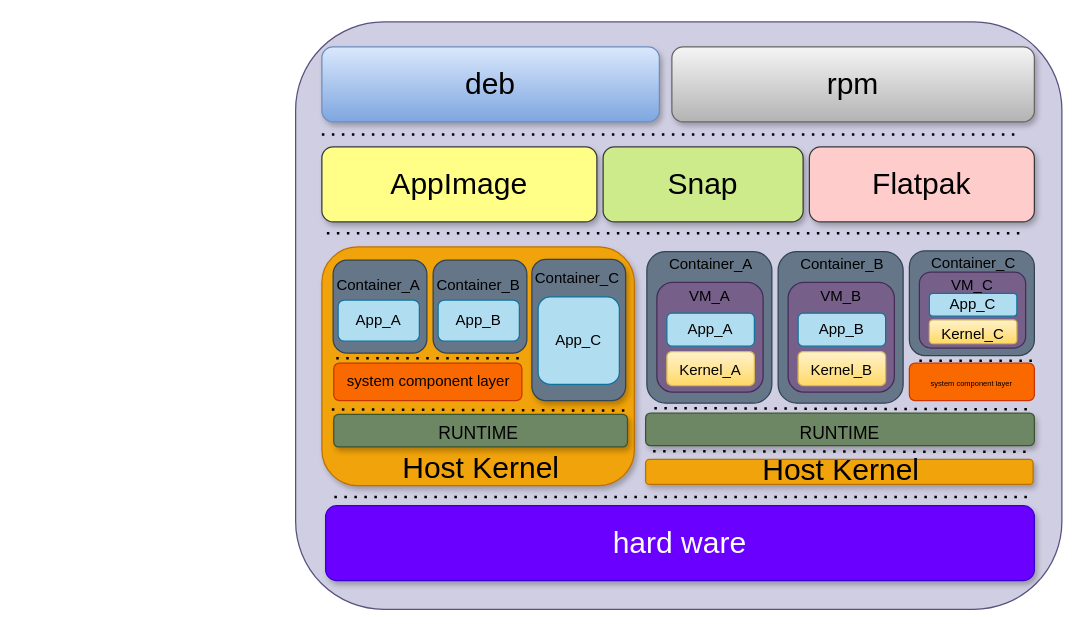
Earlier version of the draw.io diagram appcomparch.drawio (Doorer/draw.io-1). Source tidied: cells renumbered, new cells numbered last; positions are measured from the earlier drawing's top-left corner, leaving out a move shared by most shapes. Both pictures are drawn from the tidied source at 125%, with x=0, y=0 at pixel (295, 21).
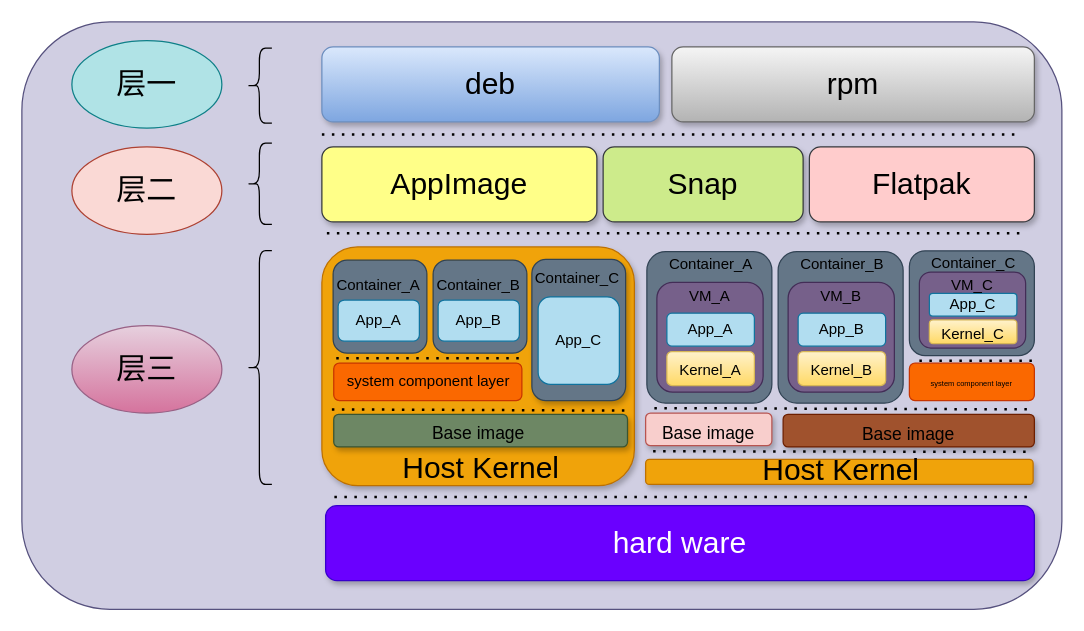
The same page after the edit.

Change to the diagram source:
```diff
@@
     <mxCell id="2" style="rounded=1;whiteSpace=wrap;html=1;fontSize=14;fillColor=#d0cee2;strokeColor=#56517e;" parent="1" vertex="1">
-      <mxGeometry width="613" height="470" as="geometry" />
+      <mxGeometry x="-219" width="832" height="470" as="geometry" />
     </mxCell>
@@
-    <mxCell id="17" value="&lt;font style=&quot;font-size: 14px&quot;&gt;RUNTIME&lt;/font&gt;" style="text;html=1;align=center;verticalAlign=middle;fillColor=none;strokeColor=none;rounded=0;fontSize=24;fontColor=#000000;" parent="1" vertex="1">
-      <mxGeometry x="106" y="306" width="80" height="40" as="geometry" />
+    <mxCell id="17" value="&lt;font style=&quot;font-size: 14px&quot;&gt;Base image&lt;/font&gt;" style="text;html=1;align=center;verticalAlign=middle;fillColor=none;strokeColor=none;rounded=0;fontSize=24;fontColor=#000000;" parent="1" vertex="1">
+      <mxGeometry x="101" y="306" width="90" height="40" as="geometry" />
     </mxCell>
@@
-    <mxCell id="38" value="&lt;span style=&quot;color: rgb(0 , 0 , 0) ; font-size: 14px&quot;&gt;RUNTIME&lt;/span&gt;" style="rounded=1;whiteSpace=wrap;html=1;fontSize=24;fontColor=#ffffff;strokeColor=#3A5431;fillColor=#6d8764;shadow=1;" parent="1" vertex="1">
-      <mxGeometry x="280" y="313" width="311" height="26" as="geometry" />
+    <mxCell id="38" value="&lt;span style=&quot;color: rgb(0 , 0 , 0) ; font-size: 14px&quot;&gt;Base image&lt;/span&gt;" style="rounded=1;whiteSpace=wrap;html=1;fontSize=24;strokeColor=#b85450;fillColor=#f8cecc;shadow=1;" parent="1" vertex="1">
+      <mxGeometry x="280" y="313" width="101" height="26" as="geometry" />
     </mxCell>
@@
+    <mxCell id="63" value="&lt;span style=&quot;color: rgb(0 , 0 , 0) ; font-size: 14px&quot;&gt;Base image&lt;/span&gt;" style="rounded=1;whiteSpace=wrap;html=1;fontSize=24;strokeColor=#6D1F00;fillColor=#a0522d;shadow=1;fontColor=#ffffff;" parent="1" vertex="1">
+      <mxGeometry x="390" y="314" width="201" height="26" as="geometry" />
+    </mxCell>
+    <mxCell id="64" style="shape=curlyBracket;whiteSpace=wrap;html=1;rounded=1;" parent="1" vertex="1">
+      <mxGeometry x="-39" y="21" width="20" height="60" as="geometry" />
+    </mxCell>
+    <mxCell id="65" style="shape=curlyBracket;whiteSpace=wrap;html=1;rounded=1;" parent="1" vertex="1">
+      <mxGeometry x="-39" y="97" width="20" height="65" as="geometry" />
+    </mxCell>
+    <mxCell id="66" style="shape=curlyBracket;whiteSpace=wrap;html=1;rounded=1;" parent="1" vertex="1">
+      <mxGeometry x="-39" y="183" width="20" height="187" as="geometry" />
+    </mxCell>
+    <mxCell id="67" value="&lt;font style=&quot;font-size: 24px&quot;&gt;层一&lt;/font&gt;" style="ellipse;whiteSpace=wrap;html=1;fillColor=#b0e3e6;strokeColor=#0e8088;" parent="1" vertex="1">
+      <mxGeometry x="-179" y="15" width="120" height="70" as="geometry" />
+    </mxCell>
+    <mxCell id="68" value="&lt;font style=&quot;font-size: 24px&quot;&gt;层二&lt;/font&gt;" style="ellipse;whiteSpace=wrap;html=1;fillColor=#fad9d5;strokeColor=#ae4132;" parent="1" vertex="1">
+      <mxGeometry x="-179" y="100" width="120" height="70" as="geometry" />
+    </mxCell>
+    <mxCell id="69" value="&lt;font style=&quot;font-size: 24px&quot;&gt;层三&lt;/font&gt;" style="ellipse;whiteSpace=wrap;html=1;fillColor=#e6d0de;gradientColor=#d5739d;strokeColor=#996185;" parent="1" vertex="1">
+      <mxGeometry x="-179" y="243" width="120" height="70" as="geometry" />
+    </mxCell>
```
